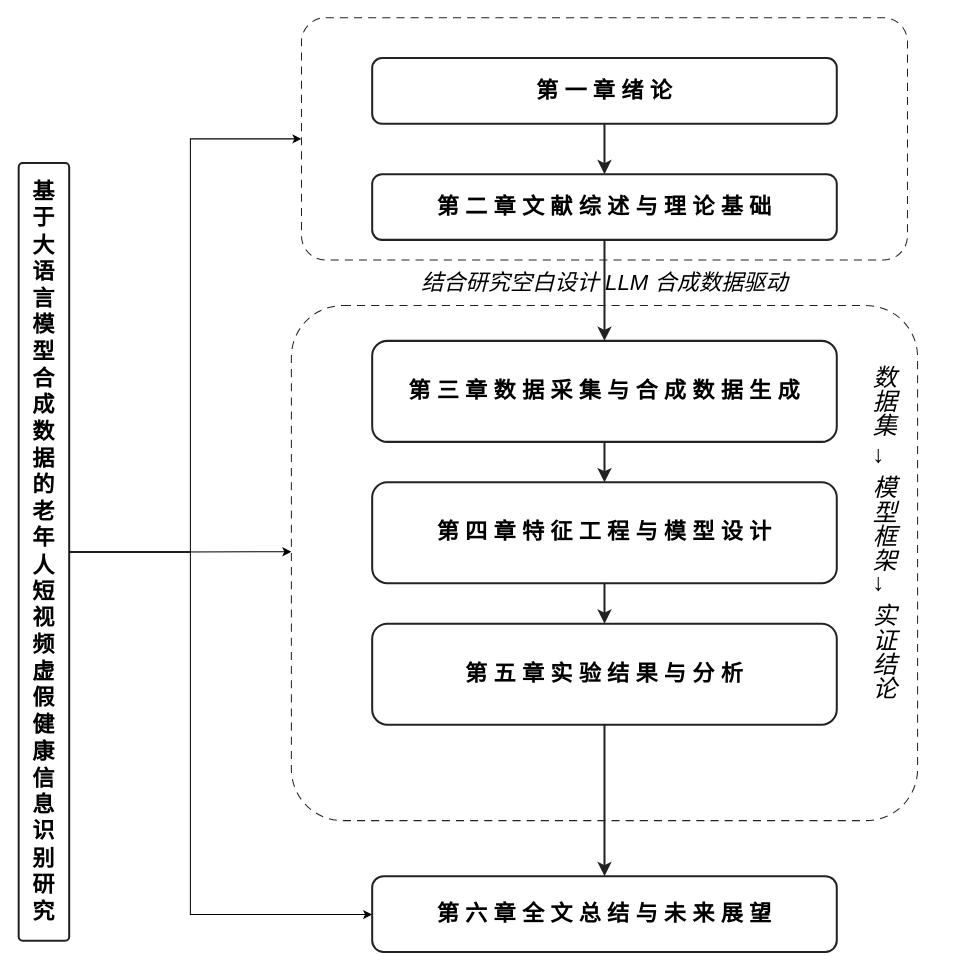
Before: 论文章节组织结构图.drawio in few2022/paper-reading, a draw.io diagram. Source tidied: cells renumbered, new cells numbered last; positions are measured from the earlier drawing's top-left corner, leaving out a move shared by most shapes. Both pictures are drawn from the tidied source at 101%, with x=0, y=0 at pixel (18, 17).
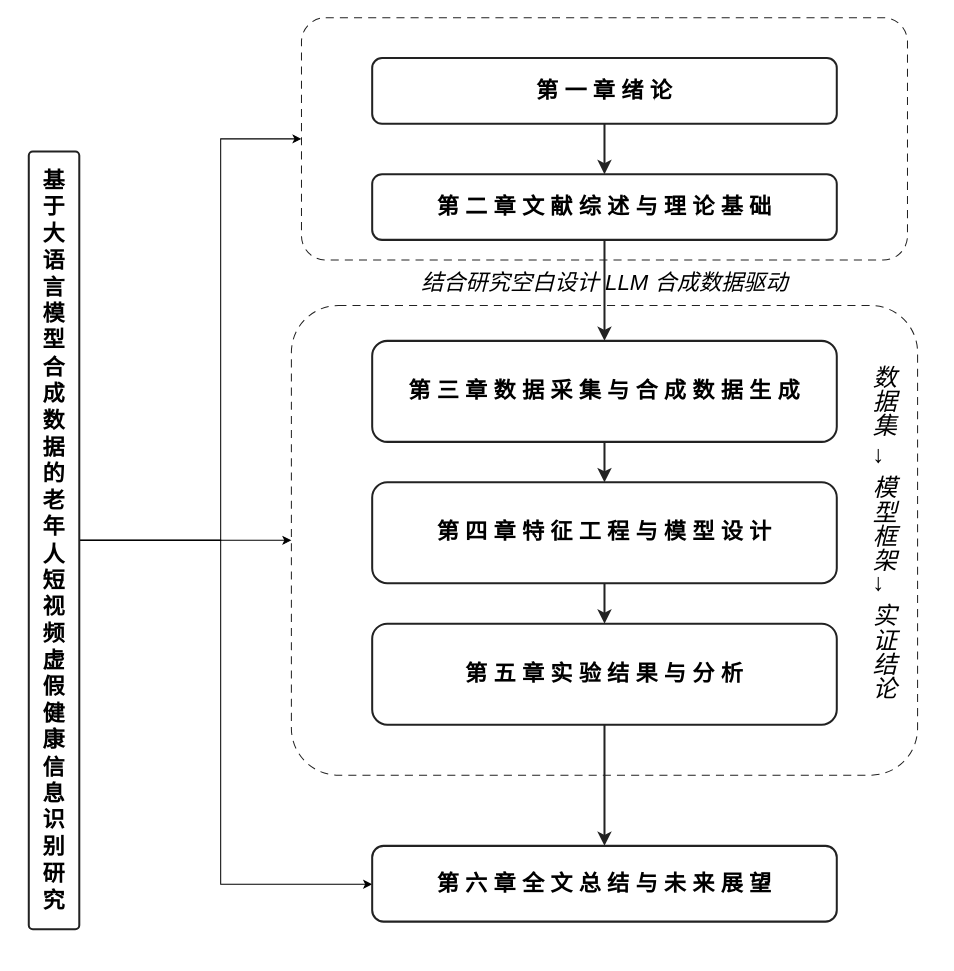
The same page after the edit.

Commit message:
更新论文章节组织结构图.drawio

Unchanged cells that the change refers to:
```xml
<mxCell id="19" style="rounded=1;whiteSpace=wrap;html=1;fillColor=none;strokeColor=#222222;fontColor=#000000;fontSize=22;fontStyle=1;align=left;verticalAlign=top;dashed=1;dashPattern=8 6;arcSize=10;spacingLeft=12;spacingTop=8;" parent="1" vertex="1">
  <mxGeometry x="280" width="600" height="240" as="geometry" />
</mxCell>
```

Change to the diagram source:
```diff
@@
+    <mxCell id="3" style="edgeStyle=orthogonalEdgeStyle;rounded=0;jettySize=auto;html=1;exitX=1;exitY=0.5;exitDx=0;exitDy=0;entryX=0;entryY=0.5;entryDx=0;entryDy=0;" parent="1" edge="1" source="4" target="19">
+      <mxGeometry relative="1" as="geometry">
+        <Array as="points">
+          <mxPoint x="200" y="518" />
+          <mxPoint x="200" y="120" />
+        </Array>
+      </mxGeometry>
+    </mxCell>
+    <mxCell id="20" style="edgeStyle=orthogonalEdgeStyle;rounded=0;jettySize=auto;html=1;" parent="1" edge="1" source="4" target="9">
+      <mxGeometry relative="1" as="geometry" />
+    </mxCell>
     <mxCell id="2" style="edgeStyle=orthogonalEdgeStyle;rounded=0;jettySize=auto;html=1;" parent="1" edge="1" source="4" target="16">
       <mxGeometry relative="1" as="geometry">
         <Array as="points">
-          <mxPoint x="170" y="529" />
-          <mxPoint x="170" y="888" />
+          <mxPoint x="200" y="518" />
+          <mxPoint x="200" y="858" />
         </Array>
       </mxGeometry>
     </mxCell>
-    <mxCell id="3" style="edgeStyle=orthogonalEdgeStyle;rounded=0;jettySize=auto;html=1;" parent="1" edge="1" source="4" target="19">
-      <mxGeometry relative="1" as="geometry">
-        <Array as="points">
-          <mxPoint x="170" y="529" />
-          <mxPoint x="170" y="120" />
-        </Array>
-      </mxGeometry>
-    </mxCell>
     <mxCell id="4" value="基 于 大 语 言 模 型 合 成 数 据 的 老 年 人 短 视 频 虚 假 健 康 信 息 识 别 研 究" style="rounded=1;whiteSpace=wrap;html=1;fillColor=#FFFFFF;strokeColor=#222222;fontColor=#000000;fontSize=22;fontStyle=1;align=center;verticalAlign=middle;arcSize=8;strokeWidth=2;" parent="1" vertex="1">
-      <mxGeometry y="144" width="50" height="770" as="geometry" />
+      <mxGeometry x="10" y="132.5" width="50" height="770" as="geometry" />
     </mxCell>
@@
     <mxCell id="9" style="rounded=1;whiteSpace=wrap;html=1;fillColor=none;strokeColor=#222222;fontColor=#000000;fontSize=22;fontStyle=1;align=left;verticalAlign=top;dashed=1;dashPattern=8 6;arcSize=10;spacingLeft=12;spacingTop=8;" parent="1" vertex="1">
-      <mxGeometry x="270" y="285" width="620" height="510" as="geometry" />
+      <mxGeometry x="270" y="285" width="620" height="465" as="geometry" />
     </mxCell>
@@
     <mxCell id="16" value="第 六 章   全 文 总 结 与 未 来 展 望" style="rounded=1;whiteSpace=wrap;html=1;fillColor=#FFFFFF;strokeColor=#222222;fontColor=#000000;fontSize=22;fontStyle=1;align=center;verticalAlign=middle;arcSize=15;strokeWidth=2;" parent="1" vertex="1">
-      <mxGeometry x="350" y="850" width="460" height="75" as="geometry" />
+      <mxGeometry x="350" y="820" width="460" height="75" as="geometry" />
     </mxCell>
@@
-    <mxCell id="20" style="edgeStyle=orthogonalEdgeStyle;rounded=0;jettySize=auto;html=1;entryX=0;entryY=0.478;entryDx=0;entryDy=0;entryPerimeter=0;" parent="1" edge="1" source="4" target="9">
-      <mxGeometry relative="1" as="geometry" />
-    </mxCell>
```
